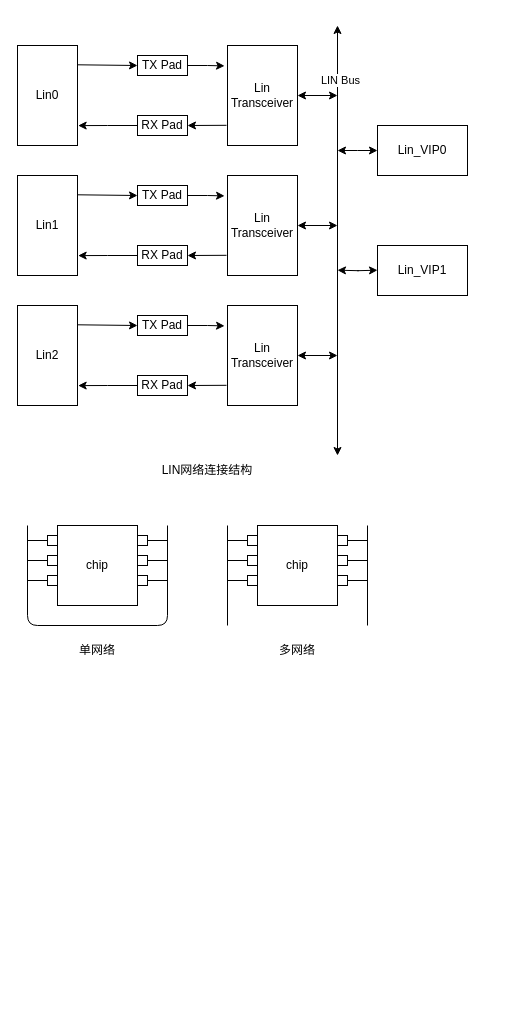
Earlier version of the draw.io diagram drawio/flexlin.drawio (iceyxy/flow-chart-drawio). Source tidied: cells renumbered, new cells numbered last; positions are measured from the earlier drawing's top-left corner, leaving out a move shared by most shapes. Both pictures are drawn from the tidied source at 100%, with x=0, y=0 at pixel (17, 25).
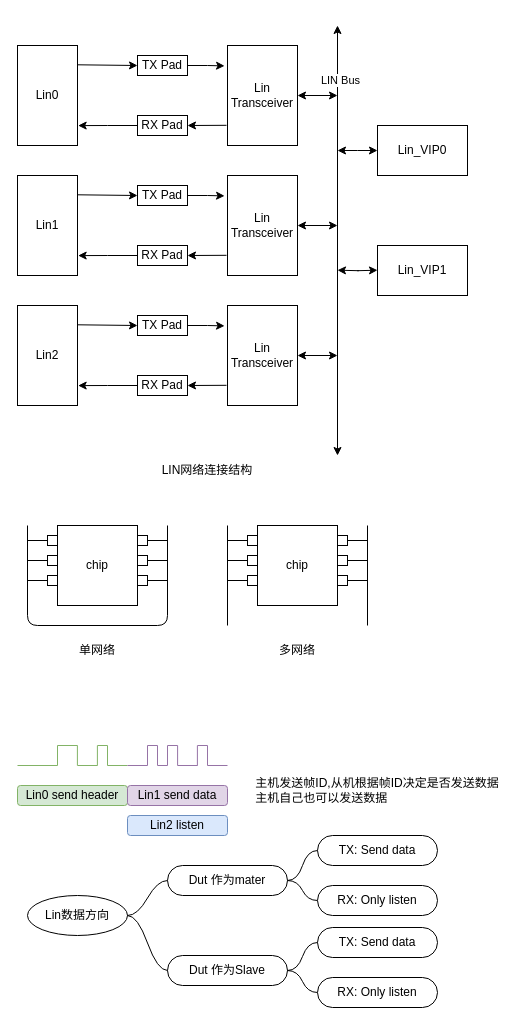
The same page after the edit.

What changed in the source:
```diff
@@
+    <mxCell id="73" style="endArrow=none;html=1;rounded=0;fillColor=#d5e8d4;strokeColor=#82b366;" parent="1" edge="1">
+      <mxGeometry relative="1" as="geometry">
+        <mxPoint y="740" as="sourcePoint" />
+        <mxPoint x="40" y="740" as="targetPoint" />
+      </mxGeometry>
+    </mxCell>
+    <mxCell id="74" style="endArrow=none;html=1;rounded=0;fillColor=#d5e8d4;strokeColor=#82b366;" parent="1" edge="1">
+      <mxGeometry relative="1" as="geometry">
+        <mxPoint x="40" y="740" as="sourcePoint" />
+        <mxPoint x="40" y="720" as="targetPoint" />
+      </mxGeometry>
+    </mxCell>
+    <mxCell id="75" style="endArrow=none;html=1;rounded=0;fillColor=#d5e8d4;strokeColor=#82b366;" parent="1" edge="1">
+      <mxGeometry relative="1" as="geometry">
+        <mxPoint x="40" y="720" as="sourcePoint" />
+        <mxPoint x="60" y="720" as="targetPoint" />
+      </mxGeometry>
+    </mxCell>
+    <mxCell id="76" style="endArrow=none;html=1;rounded=0;fillColor=#d5e8d4;strokeColor=#82b366;" parent="1" edge="1">
+      <mxGeometry relative="1" as="geometry">
+        <mxPoint x="60" y="740" as="sourcePoint" />
+        <mxPoint x="80" y="740" as="targetPoint" />
+      </mxGeometry>
+    </mxCell>
+    <mxCell id="77" style="endArrow=none;html=1;rounded=0;fillColor=#d5e8d4;strokeColor=#82b366;" parent="1" edge="1">
+      <mxGeometry relative="1" as="geometry">
+        <mxPoint x="90" y="740" as="sourcePoint" />
+        <mxPoint x="110" y="740" as="targetPoint" />
+      </mxGeometry>
+    </mxCell>
+    <mxCell id="78" style="endArrow=none;html=1;rounded=0;fillColor=#d5e8d4;strokeColor=#82b366;" parent="1" edge="1">
+      <mxGeometry relative="1" as="geometry">
+        <mxPoint x="80" y="720" as="sourcePoint" />
+        <mxPoint x="90" y="720" as="targetPoint" />
+      </mxGeometry>
+    </mxCell>
+    <mxCell id="79" style="endArrow=none;html=1;rounded=0;fillColor=#d5e8d4;strokeColor=#82b366;" parent="1" edge="1">
+      <mxGeometry relative="1" as="geometry">
+        <mxPoint x="59.9" y="740" as="sourcePoint" />
+        <mxPoint x="59.9" y="720" as="targetPoint" />
+      </mxGeometry>
+    </mxCell>
+    <mxCell id="80" style="endArrow=none;html=1;rounded=0;fillColor=#d5e8d4;strokeColor=#82b366;" parent="1" edge="1">
+      <mxGeometry relative="1" as="geometry">
+        <mxPoint x="79.9" y="740" as="sourcePoint" />
+        <mxPoint x="79.9" y="720" as="targetPoint" />
+      </mxGeometry>
+    </mxCell>
+    <mxCell id="81" style="endArrow=none;html=1;rounded=0;fillColor=#d5e8d4;strokeColor=#82b366;" parent="1" edge="1">
+      <mxGeometry relative="1" as="geometry">
+        <mxPoint x="90" y="740" as="sourcePoint" />
+        <mxPoint x="90" y="720" as="targetPoint" />
+      </mxGeometry>
+    </mxCell>
+    <mxCell id="82" style="endArrow=none;html=1;rounded=0;fillColor=#e1d5e7;strokeColor=#9673a6;" parent="1" edge="1">
+      <mxGeometry relative="1" as="geometry">
+        <mxPoint x="110" y="740" as="sourcePoint" />
+        <mxPoint x="130" y="740" as="targetPoint" />
+      </mxGeometry>
+    </mxCell>
+    <mxCell id="83" style="endArrow=none;html=1;rounded=0;fillColor=#e1d5e7;strokeColor=#9673a6;" parent="1" edge="1">
+      <mxGeometry relative="1" as="geometry">
+        <mxPoint x="130" y="740" as="sourcePoint" />
+        <mxPoint x="130" y="720" as="targetPoint" />
+      </mxGeometry>
+    </mxCell>
+    <mxCell id="84" style="endArrow=none;html=1;rounded=0;fillColor=#e1d5e7;strokeColor=#9673a6;" parent="1" edge="1">
+      <mxGeometry relative="1" as="geometry">
+        <mxPoint x="130" y="720" as="sourcePoint" />
+        <mxPoint x="140" y="720" as="targetPoint" />
+      </mxGeometry>
+    </mxCell>
+    <mxCell id="85" style="endArrow=none;html=1;rounded=0;fillColor=#e1d5e7;strokeColor=#9673a6;" parent="1" edge="1">
+      <mxGeometry relative="1" as="geometry">
+        <mxPoint x="140.1" y="740" as="sourcePoint" />
+        <mxPoint x="150" y="740" as="targetPoint" />
+      </mxGeometry>
+    </mxCell>
+    <mxCell id="86" style="endArrow=none;html=1;rounded=0;fillColor=#e1d5e7;strokeColor=#9673a6;" parent="1" edge="1">
+      <mxGeometry relative="1" as="geometry">
+        <mxPoint x="160.1" y="740" as="sourcePoint" />
+        <mxPoint x="180.1" y="740" as="targetPoint" />
+      </mxGeometry>
+    </mxCell>
+    <mxCell id="87" style="endArrow=none;html=1;rounded=0;fillColor=#e1d5e7;strokeColor=#9673a6;" parent="1" edge="1">
+      <mxGeometry relative="1" as="geometry">
+        <mxPoint x="150.1" y="720" as="sourcePoint" />
+        <mxPoint x="160.1" y="720" as="targetPoint" />
+      </mxGeometry>
+    </mxCell>
+    <mxCell id="88" style="endArrow=none;html=1;rounded=0;fillColor=#e1d5e7;strokeColor=#9673a6;" parent="1" edge="1">
+      <mxGeometry relative="1" as="geometry">
+        <mxPoint x="140" y="740" as="sourcePoint" />
+        <mxPoint x="140" y="720" as="targetPoint" />
+      </mxGeometry>
+    </mxCell>
+    <mxCell id="89" style="endArrow=none;html=1;rounded=0;fillColor=#e1d5e7;strokeColor=#9673a6;" parent="1" edge="1">
+      <mxGeometry relative="1" as="geometry">
+        <mxPoint x="150" y="740" as="sourcePoint" />
+        <mxPoint x="150" y="720" as="targetPoint" />
+      </mxGeometry>
+    </mxCell>
+    <mxCell id="90" style="endArrow=none;html=1;rounded=0;fillColor=#e1d5e7;strokeColor=#9673a6;" parent="1" edge="1">
+      <mxGeometry relative="1" as="geometry">
+        <mxPoint x="160.1" y="740" as="sourcePoint" />
+        <mxPoint x="160.1" y="720" as="targetPoint" />
+      </mxGeometry>
+    </mxCell>
+    <mxCell id="91" style="endArrow=none;html=1;rounded=0;fillColor=#e1d5e7;strokeColor=#9673a6;" parent="1" edge="1">
+      <mxGeometry relative="1" as="geometry">
+        <mxPoint x="190" y="740" as="sourcePoint" />
+        <mxPoint x="210" y="740" as="targetPoint" />
+      </mxGeometry>
+    </mxCell>
+    <mxCell id="92" style="endArrow=none;html=1;rounded=0;fillColor=#e1d5e7;strokeColor=#9673a6;" parent="1" edge="1">
+      <mxGeometry relative="1" as="geometry">
+        <mxPoint x="180" y="720" as="sourcePoint" />
+        <mxPoint x="190" y="720" as="targetPoint" />
+      </mxGeometry>
+    </mxCell>
+    <mxCell id="93" style="endArrow=none;html=1;rounded=0;fillColor=#e1d5e7;strokeColor=#9673a6;" parent="1" edge="1">
+      <mxGeometry relative="1" as="geometry">
+        <mxPoint x="179.9" y="740" as="sourcePoint" />
+        <mxPoint x="179.9" y="720" as="targetPoint" />
+      </mxGeometry>
+    </mxCell>
+    <mxCell id="94" style="endArrow=none;html=1;rounded=0;fillColor=#e1d5e7;strokeColor=#9673a6;" parent="1" edge="1">
+      <mxGeometry relative="1" as="geometry">
+        <mxPoint x="190" y="740" as="sourcePoint" />
+        <mxPoint x="190" y="720" as="targetPoint" />
+      </mxGeometry>
+    </mxCell>
+    <mxCell id="95" value="Lin0 send header" style="rounded=1;whiteSpace=wrap;html=1;fillColor=#d5e8d4;strokeColor=#82b366;" parent="1" vertex="1">
+      <mxGeometry y="760" width="110" height="20" as="geometry" />
+    </mxCell>
+    <mxCell id="96" value="Lin1 send data" style="rounded=1;whiteSpace=wrap;html=1;fillColor=#e1d5e7;strokeColor=#9673a6;" parent="1" vertex="1">
+      <mxGeometry x="110" y="760" width="100" height="20" as="geometry" />
+    </mxCell>
+    <mxCell id="97" value="Lin2 listen" style="rounded=1;whiteSpace=wrap;html=1;fillColor=#dae8fc;strokeColor=#6c8ebf;" parent="1" vertex="1">
+      <mxGeometry x="110" y="790" width="100" height="20" as="geometry" />
+    </mxCell>
+    <mxCell id="98" value="Lin数据方向" style="ellipse;whiteSpace=wrap;html=1;align=center;newEdgeStyle={&quot;edgeStyle&quot;:&quot;entityRelationEdgeStyle&quot;,&quot;startArrow&quot;:&quot;none&quot;,&quot;endArrow&quot;:&quot;none&quot;,&quot;segment&quot;:10,&quot;curved&quot;:1,&quot;sourcePerimeterSpacing&quot;:0,&quot;targetPerimeterSpacing&quot;:0};" parent="1" vertex="1">
+      <mxGeometry x="10" y="870" width="100" height="40" as="geometry" />
+    </mxCell>
+    <mxCell id="99" style="edgeStyle=entityRelationEdgeStyle;rounded=0;jettySize=auto;html=1;startArrow=none;endArrow=none;segment=10;curved=1;sourcePerimeterSpacing=0;targetPerimeterSpacing=0;entryX=0;entryY=0.5;entryDx=0;entryDy=0;" parent="1" edge="1" source="100" target="106">
+      <mxGeometry relative="1" as="geometry" />
+    </mxCell>
+    <mxCell id="100" value="Dut 作为mater" style="whiteSpace=wrap;html=1;rounded=1;arcSize=50;align=center;verticalAlign=middle;strokeWidth=1;spacing=4;newEdgeStyle={&quot;edgeStyle&quot;:&quot;entityRelationEdgeStyle&quot;,&quot;startArrow&quot;:&quot;none&quot;,&quot;endArrow&quot;:&quot;none&quot;,&quot;segment&quot;:10,&quot;curved&quot;:1,&quot;sourcePerimeterSpacing&quot;:0,&quot;targetPerimeterSpacing&quot;:0};" parent="1" vertex="1">
+      <mxGeometry x="150" y="840" width="120" height="30" as="geometry" />
+    </mxCell>
+    <mxCell id="101" style="edgeStyle=entityRelationEdgeStyle;startArrow=none;endArrow=none;segment=10;curved=1;sourcePerimeterSpacing=0;targetPerimeterSpacing=0;rounded=0;" parent="1" edge="1" target="100">
+      <mxGeometry relative="1" as="geometry">
+        <mxPoint x="110" y="890" as="sourcePoint" />
+      </mxGeometry>
+    </mxCell>
+    <mxCell id="102" value="Dut 作为Slave" style="whiteSpace=wrap;html=1;rounded=1;arcSize=50;align=center;verticalAlign=middle;strokeWidth=1;spacing=4;newEdgeStyle={&quot;edgeStyle&quot;:&quot;entityRelationEdgeStyle&quot;,&quot;startArrow&quot;:&quot;none&quot;,&quot;endArrow&quot;:&quot;none&quot;,&quot;segment&quot;:10,&quot;curved&quot;:1,&quot;sourcePerimeterSpacing&quot;:0,&quot;targetPerimeterSpacing&quot;:0};" parent="1" vertex="1">
+      <mxGeometry x="150" y="930" width="120" height="30" as="geometry" />
+    </mxCell>
+    <mxCell id="103" style="edgeStyle=entityRelationEdgeStyle;startArrow=none;endArrow=none;segment=10;curved=1;sourcePerimeterSpacing=0;targetPerimeterSpacing=0;rounded=0;" parent="1" edge="1" target="102">
+      <mxGeometry relative="1" as="geometry">
+        <mxPoint x="110" y="890" as="sourcePoint" />
+      </mxGeometry>
+    </mxCell>
+    <mxCell id="104" value="TX: Send data" style="whiteSpace=wrap;html=1;rounded=1;arcSize=50;align=center;verticalAlign=middle;strokeWidth=1;spacing=4;newEdgeStyle={&quot;edgeStyle&quot;:&quot;entityRelationEdgeStyle&quot;,&quot;startArrow&quot;:&quot;none&quot;,&quot;endArrow&quot;:&quot;none&quot;,&quot;segment&quot;:10,&quot;curved&quot;:1,&quot;sourcePerimeterSpacing&quot;:0,&quot;targetPerimeterSpacing&quot;:0};" parent="1" vertex="1">
+      <mxGeometry x="300" y="810" width="120" height="30" as="geometry" />
+    </mxCell>
+    <mxCell id="105" style="edgeStyle=entityRelationEdgeStyle;startArrow=none;endArrow=none;segment=10;curved=1;sourcePerimeterSpacing=0;targetPerimeterSpacing=0;rounded=0;exitX=1;exitY=0.5;exitDx=0;exitDy=0;" parent="1" edge="1" source="100" target="104">
+      <mxGeometry relative="1" as="geometry" />
+    </mxCell>
+    <mxCell id="106" value="RX: Only listen" style="whiteSpace=wrap;html=1;rounded=1;arcSize=50;align=center;verticalAlign=middle;strokeWidth=1;spacing=4;newEdgeStyle={&quot;edgeStyle&quot;:&quot;entityRelationEdgeStyle&quot;,&quot;startArrow&quot;:&quot;none&quot;,&quot;endArrow&quot;:&quot;none&quot;,&quot;segment&quot;:10,&quot;curved&quot;:1,&quot;sourcePerimeterSpacing&quot;:0,&quot;targetPerimeterSpacing&quot;:0};" parent="1" vertex="1">
+      <mxGeometry x="300" y="860" width="120" height="30" as="geometry" />
+    </mxCell>
+    <mxCell id="107" style="edgeStyle=entityRelationEdgeStyle;rounded=0;jettySize=auto;html=1;startArrow=none;endArrow=none;segment=10;curved=1;sourcePerimeterSpacing=0;targetPerimeterSpacing=0;entryX=0;entryY=0.5;entryDx=0;entryDy=0;exitX=1;exitY=0.5;exitDx=0;exitDy=0;" parent="1" edge="1" source="102" target="110">
+      <mxGeometry relative="1" as="geometry" />
+    </mxCell>
+    <mxCell id="108" value="TX: Send data" style="whiteSpace=wrap;html=1;rounded=1;arcSize=50;align=center;verticalAlign=middle;strokeWidth=1;spacing=4;newEdgeStyle={&quot;edgeStyle&quot;:&quot;entityRelationEdgeStyle&quot;,&quot;startArrow&quot;:&quot;none&quot;,&quot;endArrow&quot;:&quot;none&quot;,&quot;segment&quot;:10,&quot;curved&quot;:1,&quot;sourcePerimeterSpacing&quot;:0,&quot;targetPerimeterSpacing&quot;:0};" parent="1" vertex="1">
+      <mxGeometry x="300" y="902" width="120" height="30" as="geometry" />
+    </mxCell>
+    <mxCell id="109" style="edgeStyle=entityRelationEdgeStyle;startArrow=none;endArrow=none;segment=10;curved=1;sourcePerimeterSpacing=0;targetPerimeterSpacing=0;rounded=0;exitX=1;exitY=0.5;exitDx=0;exitDy=0;" parent="1" edge="1" source="102" target="108">
+      <mxGeometry relative="1" as="geometry" />
+    </mxCell>
+    <mxCell id="110" value="RX: Only listen" style="whiteSpace=wrap;html=1;rounded=1;arcSize=50;align=center;verticalAlign=middle;strokeWidth=1;spacing=4;newEdgeStyle={&quot;edgeStyle&quot;:&quot;entityRelationEdgeStyle&quot;,&quot;startArrow&quot;:&quot;none&quot;,&quot;endArrow&quot;:&quot;none&quot;,&quot;segment&quot;:10,&quot;curved&quot;:1,&quot;sourcePerimeterSpacing&quot;:0,&quot;targetPerimeterSpacing&quot;:0};" parent="1" vertex="1">
+      <mxGeometry x="300" y="952" width="120" height="30" as="geometry" />
+    </mxCell>
+    <mxCell id="111" value="&lt;div&gt;主机发送帧ID,从机根据帧ID决定是否发送数据&lt;/div&gt;&lt;div align=&quot;left&quot;&gt;主机自己也可以发送数据&lt;/div&gt;" style="text;strokeColor=none;align=center;fillColor=none;html=1;verticalAlign=middle;whiteSpace=wrap;rounded=0;" parent="1" vertex="1">
+      <mxGeometry x="225" y="750" width="270" height="30" as="geometry" />
+    </mxCell>
```
